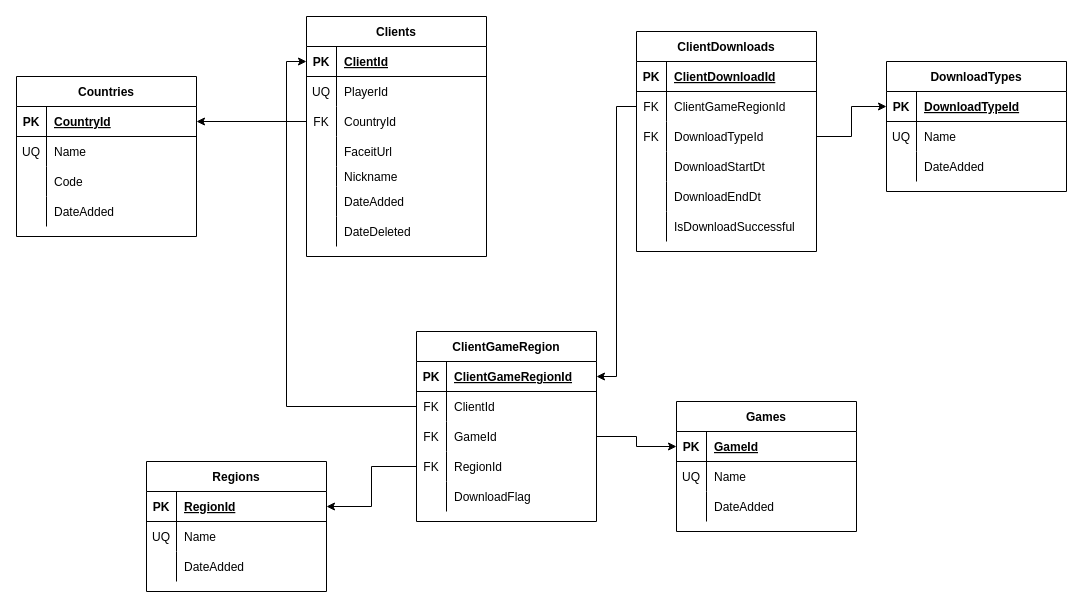
Before: page "Operational Database" (2 of 2) of FaceIt_Analytics_Model.drawio in Volume999/Faceit-Analytics, a draw.io diagram. Source tidied: cells renumbered, new cells numbered last; positions are measured from the earlier drawing's top-left corner, leaving out a move shared by most shapes. Both pictures are drawn from the tidied source at 100%, with x=0, y=0 at pixel (16, 16).
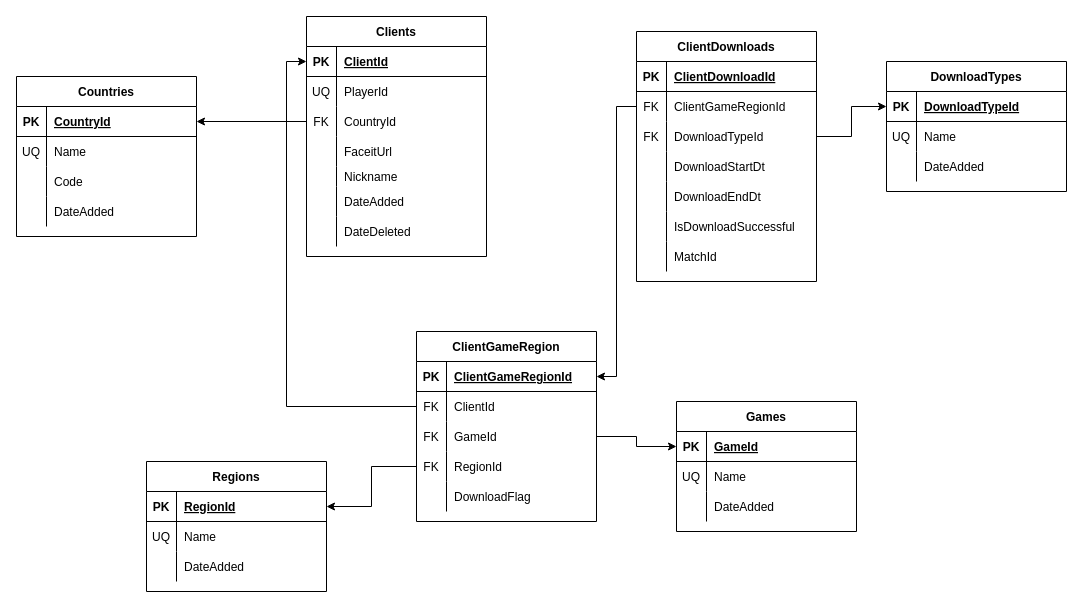
Above is the later version.

The edit, as a diff of the source:
```diff
@@
     <mxCell id="24" value="ClientDownloads" style="shape=table;startSize=30;childLayout=tableLayout;rowLines=0;fontStyle=1;align=center;" parent="1" vertex="1">
-      <mxGeometry x="620" y="15" width="180" height="220" as="geometry" />
+      <mxGeometry x="620" y="15" width="180" height="250" as="geometry" />
     </mxCell>
@@
+    <mxCell id="108" style="shape=tableRow;horizontal=0;startSize=0;swimlaneHead=0;swimlaneBody=0;fillColor=none;top=0;left=0;right=0;bottom=0;" parent="24" vertex="1">
+      <mxGeometry y="210" width="180" height="30" as="geometry" />
+    </mxCell>
+    <mxCell id="109" style="shape=partialRectangle;fillColor=none;top=0;left=0;bottom=0;right=0;overflow=hidden;" parent="108" vertex="1">
+      <mxGeometry width="30" height="30" as="geometry" />
+    </mxCell>
+    <mxCell id="110" value="MatchId" style="shape=partialRectangle;fillColor=none;top=0;left=0;bottom=0;right=0;align=left;spacingLeft=6;overflow=hidden;" parent="108" vertex="1">
+      <mxGeometry x="30" width="150" height="30" as="geometry" />
+    </mxCell>
```
